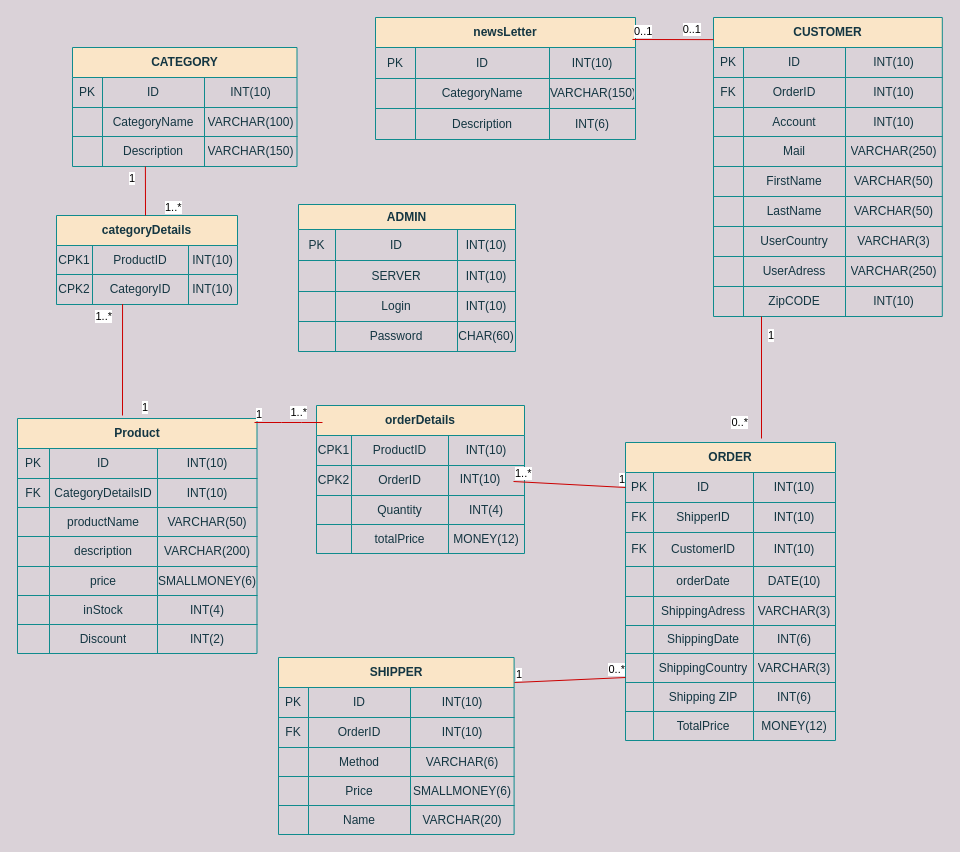
Before: fysisktDiagram.drawio in TechWithRyan/Webbshop, a draw.io diagram. Source tidied: cells renumbered, new cells numbered last; positions are measured from the earlier drawing's top-left corner, leaving out a move shared by most shapes. Both pictures are drawn from the tidied source at 100%, with x=0, y=0 at pixel (17, 17).
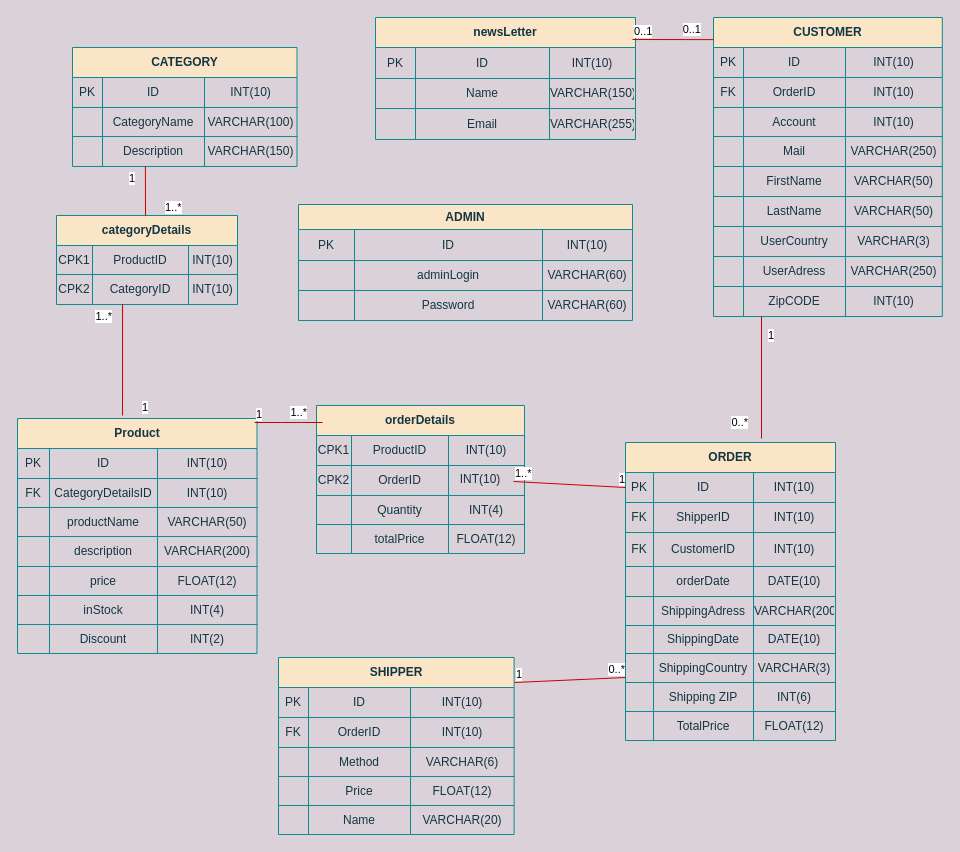
The same diagram, later.

The change refers to these unchanged cells:
```xml
<mxCell id="19" style="shape=partialRectangle;html=1;whiteSpace=wrap;fillColor=none;top=0;left=0;bottom=0;right=0;strokeColor=#0F8B8D;fontColor=#143642;" parent="2" vertex="1">
  <mxGeometry y="148" width="239.5" height="29" as="geometry" />
</mxCell>
<mxCell id="102" style="shape=partialRectangle;html=1;whiteSpace=wrap;fillColor=none;top=0;left=0;bottom=0;right=0;strokeColor=#0F8B8D;fontColor=#143642;" parent="85" vertex="1">
  <mxGeometry y="154" width="210" height="29" as="geometry" />
</mxCell>
<mxCell id="106" style="shape=partialRectangle;html=1;whiteSpace=wrap;fillColor=none;top=0;left=0;bottom=0;right=0;strokeColor=#0F8B8D;fontColor=#143642;" parent="85" vertex="1">
  <mxGeometry y="183" width="210" height="28" as="geometry" />
</mxCell>
<mxCell id="118" style="shape=partialRectangle;html=1;whiteSpace=wrap;fillColor=none;top=0;left=0;bottom=0;right=0;strokeColor=#0F8B8D;fontColor=#143642;" parent="85" vertex="1">
  <mxGeometry y="269" width="210" height="29" as="geometry" />
</mxCell>
<mxCell id="135" style="shape=partialRectangle;html=1;whiteSpace=wrap;fillColor=none;top=0;left=0;bottom=0;right=0;strokeColor=#0F8B8D;fontColor=#143642;" parent="122" vertex="1">
  <mxGeometry y="119" width="235.6" height="29" as="geometry" />
</mxCell>
<mxCell id="161" style="shape=partialRectangle;html=1;whiteSpace=wrap;fillColor=none;top=0;left=0;bottom=0;right=0;strokeColor=#0F8B8D;fontColor=#143642;" parent="156" vertex="1">
  <mxGeometry y="61" width="260" height="30" as="geometry" />
</mxCell>
<mxCell id="165" style="shape=partialRectangle;html=1;whiteSpace=wrap;fillColor=none;top=0;left=0;bottom=0;right=0;strokeColor=#0F8B8D;fontColor=#143642;" parent="156" vertex="1">
  <mxGeometry y="91" width="260" height="31" as="geometry" />
</mxCell>
<mxCell id="182" style="shape=partialRectangle;html=1;whiteSpace=wrap;fillColor=none;top=0;left=0;bottom=0;right=0;strokeColor=#0F8B8D;fontColor=#143642;" parent="169" vertex="1">
  <mxGeometry y="119" width="208" height="29" as="geometry" />
</mxCell>
```

The edit, as a diff of the source:
```diff
@@
-    <mxCell id="22" value="&lt;span&gt;SMALLMONEY(6)&lt;/span&gt;" style="shape=partialRectangle;html=1;whiteSpace=wrap;fillColor=none;top=0;left=0;bottom=0;right=0;overflow=hidden;strokeColor=#0F8B8D;fontColor=#143642;" parent="19" vertex="1">
+    <mxCell id="22" value="FLOAT(12)" style="shape=partialRectangle;html=1;whiteSpace=wrap;fillColor=none;top=0;left=0;bottom=0;right=0;overflow=hidden;strokeColor=#0F8B8D;fontColor=#143642;" parent="19" vertex="1">
       <mxGeometry x="140" width="100" height="29" as="geometry" />
     </mxCell>
@@
     <mxCell id="31" value="ADMIN" style="shape=table;html=1;whiteSpace=wrap;startSize=25;childLayout=tableLayout;fontStyle=1;align=center;fillColor=#FAE5C7;strokeColor=#0F8B8D;fontColor=#143642;" parent="1" vertex="1">
-      <mxGeometry x="281" y="187" width="217" height="147" as="geometry" />
+      <mxGeometry x="281" y="187" width="334" height="116" as="geometry" />
     </mxCell>
     <mxCell id="32" style="shape=partialRectangle;html=1;whiteSpace=wrap;fillColor=none;top=0;left=0;bottom=0;right=0;strokeColor=#0F8B8D;fontColor=#143642;" parent="31" vertex="1">
-      <mxGeometry y="25" width="217" height="31" as="geometry" />
+      <mxGeometry y="25" width="334" height="31" as="geometry" />
     </mxCell>
     <mxCell id="33" value="PK" style="shape=partialRectangle;html=1;whiteSpace=wrap;fillColor=none;top=0;left=0;bottom=0;right=0;overflow=hidden;strokeColor=#0F8B8D;fontColor=#143642;" parent="32" vertex="1">
-      <mxGeometry width="37" height="31" as="geometry" />
+      <mxGeometry width="56" height="31" as="geometry" />
     </mxCell>
     <mxCell id="34" value="&lt;span&gt;ID&lt;/span&gt;" style="shape=partialRectangle;html=1;whiteSpace=wrap;fillColor=none;top=0;left=0;bottom=0;right=0;overflow=hidden;strokeColor=#0F8B8D;fontColor=#143642;" parent="32" vertex="1">
-      <mxGeometry x="37" width="122" height="31" as="geometry" />
+      <mxGeometry x="56" width="188" height="31" as="geometry" />
     </mxCell>
     <mxCell id="35" value="INT(10)" style="shape=partialRectangle;html=1;whiteSpace=wrap;fillColor=none;top=0;left=0;bottom=0;right=0;overflow=hidden;strokeColor=#0F8B8D;fontColor=#143642;" parent="32" vertex="1">
-      <mxGeometry x="159" width="58" height="31" as="geometry" />
+      <mxGeometry x="244" width="90" height="31" as="geometry" />
     </mxCell>
-    <mxCell id="36" style="shape=partialRectangle;html=1;whiteSpace=wrap;fillColor=none;top=0;left=0;bottom=0;right=0;strokeColor=#0F8B8D;fontColor=#143642;" parent="31" vertex="1">
-      <mxGeometry y="56" width="217" height="31" as="geometry" />
-    </mxCell>
-    <mxCell id="37" style="shape=partialRectangle;html=1;whiteSpace=wrap;fillColor=none;top=0;left=0;bottom=0;right=0;overflow=hidden;strokeColor=#0F8B8D;fontColor=#143642;" parent="36" vertex="1">
-      <mxGeometry width="37" height="31" as="geometry" />
-    </mxCell>
-    <mxCell id="38" value="&lt;span style=&quot;text-align: left&quot;&gt;SERVER&lt;/span&gt;" style="shape=partialRectangle;html=1;whiteSpace=wrap;fillColor=none;top=0;left=0;bottom=0;right=0;overflow=hidden;strokeColor=#0F8B8D;fontColor=#143642;" parent="36" vertex="1">
-      <mxGeometry x="37" width="122" height="31" as="geometry" />
-    </mxCell>
-    <mxCell id="39" value="&lt;span&gt;INT(10)&lt;/span&gt;" style="shape=partialRectangle;html=1;whiteSpace=wrap;fillColor=none;top=0;left=0;bottom=0;right=0;overflow=hidden;strokeColor=#0F8B8D;fontColor=#143642;" parent="36" vertex="1">
-      <mxGeometry x="159" width="58" height="31" as="geometry" />
-    </mxCell>
     <mxCell id="40" style="shape=partialRectangle;html=1;whiteSpace=wrap;fillColor=none;top=0;left=0;bottom=0;right=0;strokeColor=#0F8B8D;fontColor=#143642;" parent="31" vertex="1">
-      <mxGeometry y="87" width="217" height="30" as="geometry" />
+      <mxGeometry y="56" width="334" height="30" as="geometry" />
     </mxCell>
     <mxCell id="41" style="shape=partialRectangle;html=1;whiteSpace=wrap;fillColor=none;top=0;left=0;bottom=0;right=0;overflow=hidden;strokeColor=#0F8B8D;fontColor=#143642;" parent="40" vertex="1">
-      <mxGeometry width="37" height="30" as="geometry" />
+      <mxGeometry width="56" height="30" as="geometry" />
     </mxCell>
-    <mxCell id="42" value="Login" style="shape=partialRectangle;html=1;whiteSpace=wrap;fillColor=none;top=0;left=0;bottom=0;right=0;overflow=hidden;strokeColor=#0F8B8D;fontColor=#143642;" parent="40" vertex="1">
-      <mxGeometry x="37" width="122" height="30" as="geometry" />
+    <mxCell id="42" value="adminLogin" style="shape=partialRectangle;html=1;whiteSpace=wrap;fillColor=none;top=0;left=0;bottom=0;right=0;overflow=hidden;strokeColor=#0F8B8D;fontColor=#143642;" parent="40" vertex="1">
+      <mxGeometry x="56" width="188" height="30" as="geometry" />
     </mxCell>
-    <mxCell id="43" value="&lt;span&gt;INT(10)&lt;/span&gt;" style="shape=partialRectangle;html=1;whiteSpace=wrap;fillColor=none;top=0;left=0;bottom=0;right=0;overflow=hidden;strokeColor=#0F8B8D;fontColor=#143642;" parent="40" vertex="1">
-      <mxGeometry x="159" width="58" height="30" as="geometry" />
+    <mxCell id="43" value="VARCHAR(60)" style="shape=partialRectangle;html=1;whiteSpace=wrap;fillColor=none;top=0;left=0;bottom=0;right=0;overflow=hidden;strokeColor=#0F8B8D;fontColor=#143642;" parent="40" vertex="1">
+      <mxGeometry x="244" width="90" height="30" as="geometry" />
     </mxCell>
     <mxCell id="44" style="shape=partialRectangle;html=1;whiteSpace=wrap;fillColor=none;top=0;left=0;bottom=0;right=0;strokeColor=#0F8B8D;fontColor=#143642;" parent="31" vertex="1">
-      <mxGeometry y="117" width="217" height="30" as="geometry" />
+      <mxGeometry y="86" width="334" height="30" as="geometry" />
     </mxCell>
     <mxCell id="45" style="shape=partialRectangle;html=1;whiteSpace=wrap;fillColor=none;top=0;left=0;bottom=0;right=0;overflow=hidden;strokeColor=#0F8B8D;fontColor=#143642;" parent="44" vertex="1">
-      <mxGeometry width="37" height="30" as="geometry" />
+      <mxGeometry width="56" height="30" as="geometry" />
     </mxCell>
     <mxCell id="46" value="Password" style="shape=partialRectangle;html=1;whiteSpace=wrap;fillColor=none;top=0;left=0;bottom=0;right=0;overflow=hidden;strokeColor=#0F8B8D;fontColor=#143642;" parent="44" vertex="1">
-      <mxGeometry x="37" width="122" height="30" as="geometry" />
+      <mxGeometry x="56" width="188" height="30" as="geometry" />
     </mxCell>
-    <mxCell id="47" value="&lt;span&gt;CHAR(60)&lt;/span&gt;" style="shape=partialRectangle;html=1;whiteSpace=wrap;fillColor=none;top=0;left=0;bottom=0;right=0;overflow=hidden;strokeColor=#0F8B8D;fontColor=#143642;" parent="44" vertex="1">
-      <mxGeometry x="159" width="58" height="30" as="geometry" />
+    <mxCell id="47" value="&lt;span&gt;VARCHAR(60)&lt;/span&gt;" style="shape=partialRectangle;html=1;whiteSpace=wrap;fillColor=none;top=0;left=0;bottom=0;right=0;overflow=hidden;strokeColor=#0F8B8D;fontColor=#143642;" parent="44" vertex="1">
+      <mxGeometry x="244" width="90" height="30" as="geometry" />
     </mxCell>
@@
-    <mxCell id="105" value="VARCHAR(3)" style="shape=partialRectangle;html=1;whiteSpace=wrap;fillColor=none;top=0;left=0;bottom=0;right=0;overflow=hidden;strokeColor=#0F8B8D;fontColor=#143642;" parent="102" vertex="1">
+    <mxCell id="105" value="VARCHAR(200)" style="shape=partialRectangle;html=1;whiteSpace=wrap;fillColor=none;top=0;left=0;bottom=0;right=0;overflow=hidden;strokeColor=#0F8B8D;fontColor=#143642;" parent="102" vertex="1">
       <mxGeometry x="128" width="82" height="29" as="geometry" />
     </mxCell>
@@
-    <mxCell id="109" value="&lt;span&gt;INT(6)&lt;/span&gt;" style="shape=partialRectangle;html=1;whiteSpace=wrap;fillColor=none;top=0;left=0;bottom=0;right=0;overflow=hidden;strokeColor=#0F8B8D;fontColor=#143642;" parent="106" vertex="1">
+    <mxCell id="109" value="&lt;span&gt;DATE(10)&lt;/span&gt;" style="shape=partialRectangle;html=1;whiteSpace=wrap;fillColor=none;top=0;left=0;bottom=0;right=0;overflow=hidden;strokeColor=#0F8B8D;fontColor=#143642;" parent="106" vertex="1">
       <mxGeometry x="128" width="82" height="28" as="geometry" />
     </mxCell>
@@
-    <mxCell id="121" value="MONEY(12)" style="shape=partialRectangle;html=1;whiteSpace=wrap;fillColor=none;top=0;left=0;bottom=0;right=0;overflow=hidden;strokeColor=#0F8B8D;fontColor=#143642;" parent="118" vertex="1">
+    <mxCell id="121" value="FLOAT(12)" style="shape=partialRectangle;html=1;whiteSpace=wrap;fillColor=none;top=0;left=0;bottom=0;right=0;overflow=hidden;strokeColor=#0F8B8D;fontColor=#143642;" parent="118" vertex="1">
       <mxGeometry x="128" width="82" height="29" as="geometry" />
     </mxCell>
@@
-    <mxCell id="138" value="&lt;span&gt;SMALLMONEY(6)&lt;/span&gt;" style="shape=partialRectangle;html=1;whiteSpace=wrap;fillColor=none;top=0;left=0;bottom=0;right=0;overflow=hidden;strokeColor=#0F8B8D;fontColor=#143642;" parent="135" vertex="1">
+    <mxCell id="138" value="FLOAT(12)" style="shape=partialRectangle;html=1;whiteSpace=wrap;fillColor=none;top=0;left=0;bottom=0;right=0;overflow=hidden;strokeColor=#0F8B8D;fontColor=#143642;" parent="135" vertex="1">
       <mxGeometry x="132" width="104" height="29" as="geometry" />
     </mxCell>
@@
-    <mxCell id="163" value="CategoryName" style="shape=partialRectangle;html=1;whiteSpace=wrap;fillColor=none;top=0;left=0;bottom=0;right=0;overflow=hidden;strokeColor=#0F8B8D;fontColor=#143642;" parent="161" vertex="1">
+    <mxCell id="163" value="Name" style="shape=partialRectangle;html=1;whiteSpace=wrap;fillColor=none;top=0;left=0;bottom=0;right=0;overflow=hidden;strokeColor=#0F8B8D;fontColor=#143642;" parent="161" vertex="1">
       <mxGeometry x="40" width="134" height="30" as="geometry" />
     </mxCell>
@@
-    <mxCell id="167" value="&lt;span style=&quot;text-align: left&quot;&gt;Description&lt;/span&gt;" style="shape=partialRectangle;html=1;whiteSpace=wrap;fillColor=none;top=0;left=0;bottom=0;right=0;overflow=hidden;strokeColor=#0F8B8D;fontColor=#143642;" parent="165" vertex="1">
+    <mxCell id="167" value="&lt;span style=&quot;text-align: left&quot;&gt;Email&lt;/span&gt;" style="shape=partialRectangle;html=1;whiteSpace=wrap;fillColor=none;top=0;left=0;bottom=0;right=0;overflow=hidden;strokeColor=#0F8B8D;fontColor=#143642;" parent="165" vertex="1">
       <mxGeometry x="40" width="134" height="31" as="geometry" />
     </mxCell>
-    <mxCell id="168" value="&lt;span&gt;INT(6)&lt;/span&gt;" style="shape=partialRectangle;html=1;whiteSpace=wrap;fillColor=none;top=0;left=0;bottom=0;right=0;overflow=hidden;strokeColor=#0F8B8D;fontColor=#143642;" parent="165" vertex="1">
+    <mxCell id="168" value="VARCHAR(255)" style="shape=partialRectangle;html=1;whiteSpace=wrap;fillColor=none;top=0;left=0;bottom=0;right=0;overflow=hidden;strokeColor=#0F8B8D;fontColor=#143642;" parent="165" vertex="1">
       <mxGeometry x="174" width="86" height="31" as="geometry" />
     </mxCell>
@@
-    <mxCell id="185" value="MONEY(12)" style="shape=partialRectangle;html=1;whiteSpace=wrap;fillColor=none;top=0;left=0;bottom=0;right=0;overflow=hidden;strokeColor=#0F8B8D;fontColor=#143642;" parent="182" vertex="1">
+    <mxCell id="185" value="FLOAT(12)" style="shape=partialRectangle;html=1;whiteSpace=wrap;fillColor=none;top=0;left=0;bottom=0;right=0;overflow=hidden;strokeColor=#0F8B8D;fontColor=#143642;" parent="182" vertex="1">
       <mxGeometry x="132" width="76" height="29" as="geometry" />
     </mxCell>
```
